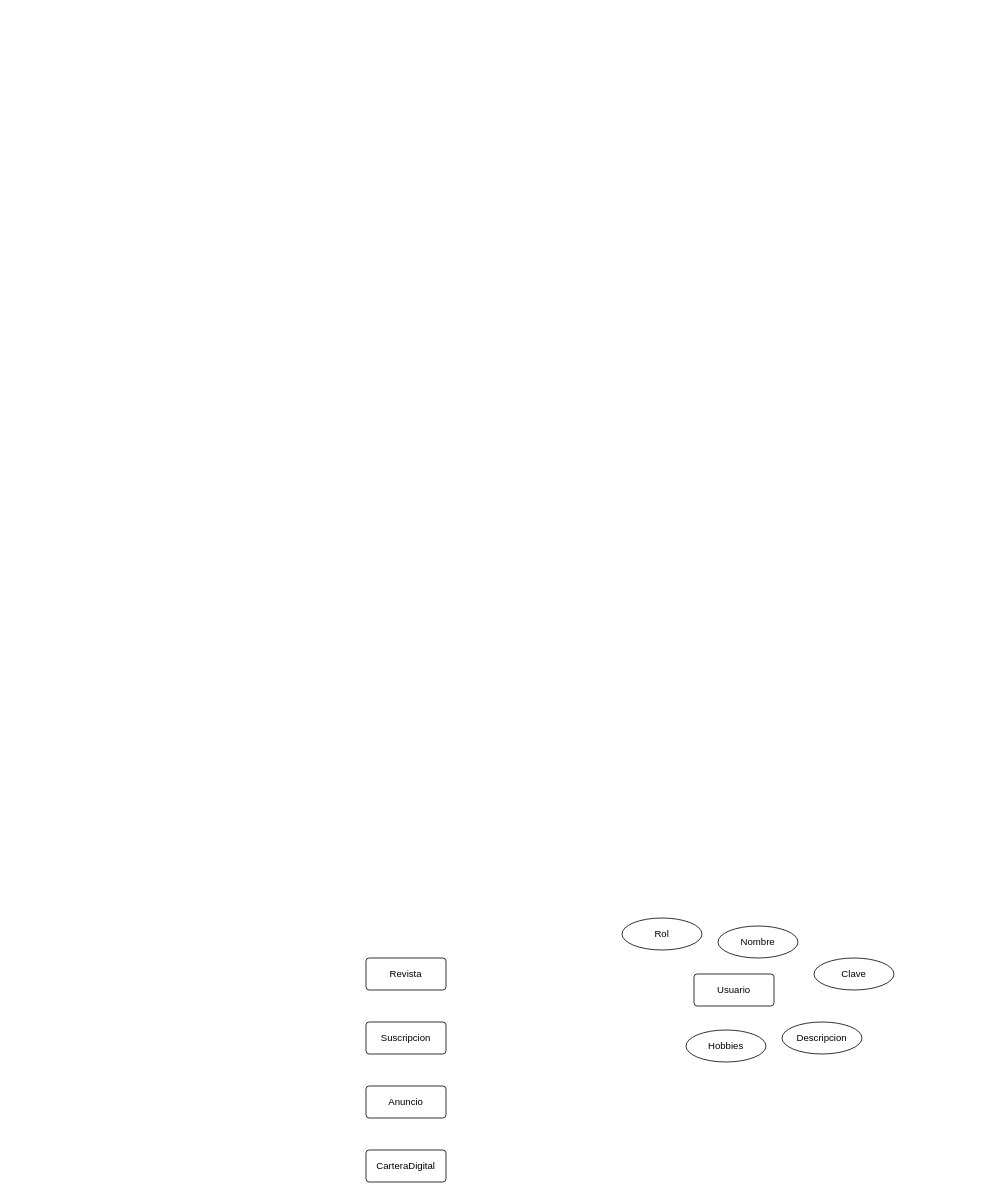
Above: Diagrama Entidad Relacion.drawio in MynorDaniel/revistas-digitales (draw.io), before the change. Source tidied: cells renumbered, new cells numbered last; positions are measured from the earlier drawing's top-left corner, leaving out a move shared by most shapes. Both pictures are drawn from the tidied source at 80%, with x=0, y=0 at pixel (366, 918).
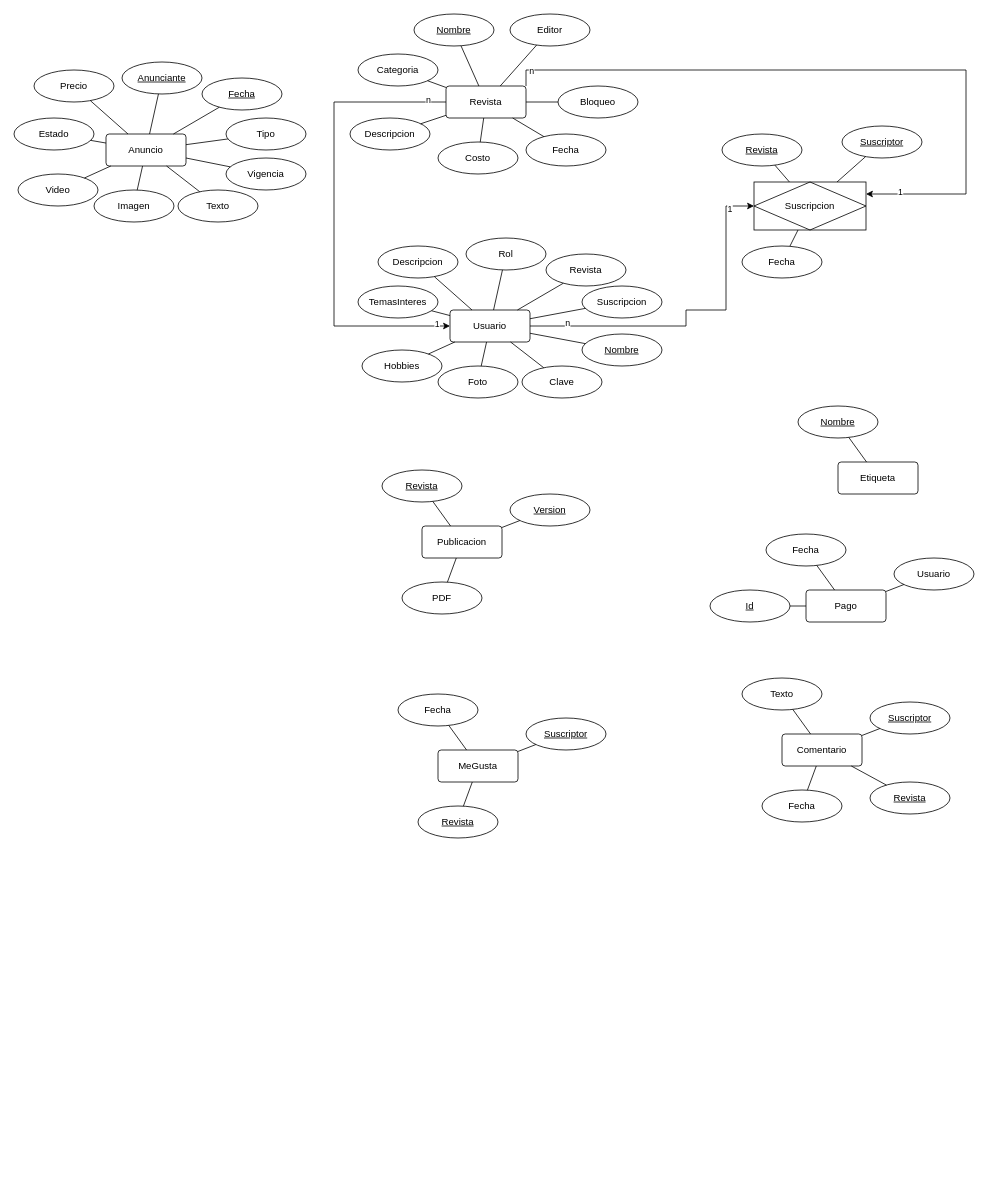
After the change.

Commit message (it also covers changes not shown here):
tabla usuario

Diff of the diagram source:
```diff
@@
+    <mxCell id="12" style="edgeStyle=orthogonalEdgeStyle;rounded=0;jettySize=auto;html=1;exitX=0;exitY=0.5;exitDx=0;exitDy=0;entryX=0;entryY=0.5;entryDx=0;entryDy=0;" parent="1" edge="1" source="4" target="2">
+      <mxGeometry relative="1" as="geometry">
+        <Array as="points">
+          <mxPoint x="-40" y="-1020" />
+          <mxPoint x="-40" y="-740" />
+        </Array>
+      </mxGeometry>
+    </mxCell>
+    <mxCell id="13" value="1" style="edgeLabel;html=1;align=center;verticalAlign=middle;" parent="12" vertex="1">
+      <mxGeometry x="0.94" y="3" relative="1" as="geometry" />
+    </mxCell>
+    <mxCell id="14" value="n" style="edgeLabel;html=1;align=center;verticalAlign=middle;" parent="12" vertex="1">
+      <mxGeometry x="-0.92" y="-3" relative="1" as="geometry" />
+    </mxCell>
+    <mxCell id="15" style="edgeStyle=orthogonalEdgeStyle;rounded=0;jettySize=auto;html=1;exitX=1;exitY=0;exitDx=0;exitDy=0;entryX=1;entryY=0.25;entryDx=0;entryDy=0;" parent="1" edge="1" source="4" target="107">
+      <mxGeometry relative="1" as="geometry">
+        <Array as="points">
+          <mxPoint x="200" y="-1060" />
+          <mxPoint x="750" y="-1060" />
+          <mxPoint x="750" y="-905" />
+        </Array>
+      </mxGeometry>
+    </mxCell>
+    <mxCell id="16" value="1" style="edgeLabel;html=1;align=center;verticalAlign=middle;" parent="15" vertex="1">
+      <mxGeometry x="0.9" y="-3" relative="1" as="geometry" />
+    </mxCell>
+    <mxCell id="17" value="n" style="edgeLabel;html=1;align=center;verticalAlign=middle;" parent="15" vertex="1">
+      <mxGeometry x="-0.94" relative="1" as="geometry" />
+    </mxCell>
+    <mxCell id="4" value="Revista" style="rounded=1;arcSize=10;whiteSpace=wrap;html=1;align=center;" parent="1" vertex="1">
+      <mxGeometry x="100" y="-1040" width="100" height="40" as="geometry" />
+    </mxCell>
+    <mxCell id="18" value="Categoria" style="ellipse;whiteSpace=wrap;html=1;align=center;" parent="1" vertex="1">
+      <mxGeometry x="-10" y="-1080" width="100" height="40" as="geometry" />
+    </mxCell>
+    <mxCell id="19" value="Descripcion" style="ellipse;whiteSpace=wrap;html=1;align=center;" parent="1" vertex="1">
+      <mxGeometry x="-20" y="-1000" width="100" height="40" as="geometry" />
+    </mxCell>
+    <mxCell id="20" value="Costo" style="ellipse;whiteSpace=wrap;html=1;align=center;" parent="1" vertex="1">
+      <mxGeometry x="90" y="-970" width="100" height="40" as="geometry" />
+    </mxCell>
+    <mxCell id="21" value="Fecha" style="ellipse;whiteSpace=wrap;html=1;align=center;" parent="1" vertex="1">
+      <mxGeometry x="200" y="-980" width="100" height="40" as="geometry" />
+    </mxCell>
+    <mxCell id="22" value="Bloqueo" style="ellipse;whiteSpace=wrap;html=1;align=center;" parent="1" vertex="1">
+      <mxGeometry x="240" y="-1040" width="100" height="40" as="geometry" />
+    </mxCell>
+    <mxCell id="23" value="Editor" style="ellipse;whiteSpace=wrap;html=1;align=center;" parent="1" vertex="1">
+      <mxGeometry x="180" y="-1130" width="100" height="40" as="geometry" />
+    </mxCell>
+    <mxCell id="24" value="&lt;u&gt;Nombre&lt;/u&gt;" style="ellipse;whiteSpace=wrap;html=1;align=center;" parent="1" vertex="1">
+      <mxGeometry x="60" y="-1130" width="100" height="40" as="geometry" />
+    </mxCell>
+    <mxCell id="25" style="endArrow=none;html=1;rounded=0;" parent="1" edge="1" source="23" target="4">
+      <mxGeometry relative="1" as="geometry" />
+    </mxCell>
+    <mxCell id="26" style="endArrow=none;html=1;rounded=0;" parent="1" edge="1" source="22" target="4">
+      <mxGeometry relative="1" as="geometry" />
+    </mxCell>
+    <mxCell id="27" style="endArrow=none;html=1;rounded=0;" parent="1" edge="1" source="21" target="4">
+      <mxGeometry relative="1" as="geometry" />
+    </mxCell>
+    <mxCell id="28" style="endArrow=none;html=1;rounded=0;" parent="1" edge="1" source="20" target="4">
+      <mxGeometry relative="1" as="geometry" />
+    </mxCell>
+    <mxCell id="29" style="endArrow=none;html=1;rounded=0;" parent="1" edge="1" source="4" target="19">
+      <mxGeometry relative="1" as="geometry" />
+    </mxCell>
+    <mxCell id="30" style="endArrow=none;html=1;rounded=0;" parent="1" edge="1" source="4" target="18">
+      <mxGeometry relative="1" as="geometry" />
+    </mxCell>
+    <mxCell id="31" style="endArrow=none;html=1;rounded=0;" parent="1" edge="1" source="24" target="4">
+      <mxGeometry relative="1" as="geometry" />
+    </mxCell>
+    <mxCell id="5" value="Anuncio" style="rounded=1;arcSize=10;whiteSpace=wrap;html=1;align=center;" parent="1" vertex="1">
+      <mxGeometry x="-325" y="-980" width="100" height="40" as="geometry" />
+    </mxCell>
+    <mxCell id="32" value="Estado" style="ellipse;whiteSpace=wrap;html=1;align=center;" parent="1" vertex="1">
+      <mxGeometry x="-440" y="-1000" width="100" height="40" as="geometry" />
+    </mxCell>
+    <mxCell id="33" value="Video" style="ellipse;whiteSpace=wrap;html=1;align=center;" parent="1" vertex="1">
+      <mxGeometry x="-435" y="-930" width="100" height="40" as="geometry" />
+    </mxCell>
+    <mxCell id="34" value="Imagen" style="ellipse;whiteSpace=wrap;html=1;align=center;" parent="1" vertex="1">
+      <mxGeometry x="-340" y="-910" width="100" height="40" as="geometry" />
+    </mxCell>
+    <mxCell id="35" value="Texto" style="ellipse;whiteSpace=wrap;html=1;align=center;" parent="1" vertex="1">
+      <mxGeometry x="-235" y="-910" width="100" height="40" as="geometry" />
+    </mxCell>
+    <mxCell id="36" value="Vigencia" style="ellipse;whiteSpace=wrap;html=1;align=center;" parent="1" vertex="1">
+      <mxGeometry x="-175" y="-950" width="100" height="40" as="geometry" />
+    </mxCell>
+    <mxCell id="37" value="Tipo" style="ellipse;whiteSpace=wrap;html=1;align=center;" parent="1" vertex="1">
+      <mxGeometry x="-175" y="-1000" width="100" height="40" as="geometry" />
+    </mxCell>
+    <mxCell id="38" value="Precio" style="ellipse;whiteSpace=wrap;html=1;align=center;" parent="1" vertex="1">
+      <mxGeometry x="-415" y="-1060" width="100" height="40" as="geometry" />
+    </mxCell>
+    <mxCell id="39" style="endArrow=none;html=1;rounded=0;" parent="1" edge="1" source="37" target="5">
+      <mxGeometry relative="1" as="geometry" />
+    </mxCell>
+    <mxCell id="40" style="endArrow=none;html=1;rounded=0;" parent="1" edge="1" source="36" target="5">
+      <mxGeometry relative="1" as="geometry" />
+    </mxCell>
+    <mxCell id="41" style="endArrow=none;html=1;rounded=0;" parent="1" edge="1" source="35" target="5">
+      <mxGeometry relative="1" as="geometry" />
+    </mxCell>
+    <mxCell id="42" style="endArrow=none;html=1;rounded=0;" parent="1" edge="1" source="34" target="5">
+      <mxGeometry relative="1" as="geometry" />
+    </mxCell>
+    <mxCell id="43" style="endArrow=none;html=1;rounded=0;" parent="1" edge="1" source="5" target="33">
+      <mxGeometry relative="1" as="geometry" />
+    </mxCell>
+    <mxCell id="44" style="endArrow=none;html=1;rounded=0;" parent="1" edge="1" source="5" target="32">
+      <mxGeometry relative="1" as="geometry" />
+    </mxCell>
+    <mxCell id="45" style="endArrow=none;html=1;rounded=0;" parent="1" edge="1" source="38" target="5">
+      <mxGeometry relative="1" as="geometry" />
+    </mxCell>
+    <mxCell id="46" value="&lt;u&gt;Anunciante&lt;/u&gt;" style="ellipse;whiteSpace=wrap;html=1;align=center;" parent="1" vertex="1">
+      <mxGeometry x="-305" y="-1070" width="100" height="40" as="geometry" />
+    </mxCell>
+    <mxCell id="47" value="&lt;u&gt;Fecha&lt;/u&gt;" style="ellipse;whiteSpace=wrap;html=1;align=center;" parent="1" vertex="1">
+      <mxGeometry x="-205" y="-1050" width="100" height="40" as="geometry" />
+    </mxCell>
+    <mxCell id="48" style="endArrow=none;html=1;rounded=0;" parent="1" edge="1" source="5" target="47">
+      <mxGeometry relative="1" as="geometry" />
+    </mxCell>
+    <mxCell id="49" style="endArrow=none;html=1;rounded=0;" parent="1" edge="1" source="5" target="46">
+      <mxGeometry relative="1" as="geometry" />
+    </mxCell>
+    <mxCell id="50" style="edgeStyle=orthogonalEdgeStyle;rounded=0;jettySize=auto;html=1;exitX=1;exitY=0.5;exitDx=0;exitDy=0;entryX=0;entryY=0.5;entryDx=0;entryDy=0;" parent="1" edge="1" source="2" target="107">
+      <mxGeometry relative="1" as="geometry">
+        <Array as="points">
+          <mxPoint x="400" y="-740" />
+          <mxPoint x="400" y="-760" />
+          <mxPoint x="450" y="-760" />
+          <mxPoint x="450" y="-890" />
+        </Array>
+      </mxGeometry>
+    </mxCell>
+    <mxCell id="51" value="n" style="edgeLabel;html=1;align=center;verticalAlign=middle;" parent="50" vertex="1">
+      <mxGeometry x="-0.78" y="4" relative="1" as="geometry">
+        <mxPoint x="-1" as="offset" />
+      </mxGeometry>
+    </mxCell>
+    <mxCell id="52" value="1" style="edgeLabel;html=1;align=center;verticalAlign=middle;" parent="50" vertex="1">
+      <mxGeometry x="0.86" y="-3" relative="1" as="geometry">
+        <mxPoint x="-1" as="offset" />
+      </mxGeometry>
+    </mxCell>
     <mxCell id="2" value="Usuario" style="rounded=1;arcSize=10;whiteSpace=wrap;html=1;align=center;" parent="1" vertex="1">
-      <mxGeometry x="410" y="70" width="100" height="40" as="geometry" />
+      <mxGeometry x="105" y="-760" width="100" height="40" as="geometry" />
     </mxCell>
-    <mxCell id="3" value="Suscripcion" style="rounded=1;arcSize=10;whiteSpace=wrap;html=1;align=center;" parent="1" vertex="1">
-      <mxGeometry y="130" width="100" height="40" as="geometry" />
-    </mxCell>
-    <mxCell id="4" value="Revista" style="rounded=1;arcSize=10;whiteSpace=wrap;html=1;align=center;" parent="1" vertex="1">
-      <mxGeometry y="50" width="100" height="40" as="geometry" />
-    </mxCell>
-    <mxCell id="5" value="Anuncio" style="rounded=1;arcSize=10;whiteSpace=wrap;html=1;align=center;" parent="1" vertex="1">
-      <mxGeometry y="210" width="100" height="40" as="geometry" />
-    </mxCell>
-    <mxCell id="6" value="CarteraDigital" style="rounded=1;arcSize=10;whiteSpace=wrap;html=1;align=center;" parent="1" vertex="1">
-      <mxGeometry y="290" width="100" height="40" as="geometry" />
-    </mxCell>
-    <mxCell id="7" value="Nombre" style="ellipse;whiteSpace=wrap;html=1;align=center;" parent="1" vertex="1">
-      <mxGeometry x="440" y="10" width="100" height="40" as="geometry" />
-    </mxCell>
+    <mxCell id="53" value="TemasInteres" style="ellipse;whiteSpace=wrap;html=1;align=center;" parent="1" vertex="1">
+      <mxGeometry x="-10" y="-790" width="100" height="40" as="geometry" />
+    </mxCell>
+    <mxCell id="10" value="Hobbies" style="ellipse;whiteSpace=wrap;html=1;align=center;" parent="1" vertex="1">
+      <mxGeometry x="-5" y="-710" width="100" height="40" as="geometry" />
+    </mxCell>
+    <mxCell id="54" value="Foto" style="ellipse;whiteSpace=wrap;html=1;align=center;" parent="1" vertex="1">
+      <mxGeometry x="90" y="-690" width="100" height="40" as="geometry" />
+    </mxCell>
     <mxCell id="8" value="Clave" style="ellipse;whiteSpace=wrap;html=1;align=center;" parent="1" vertex="1">
-      <mxGeometry x="560" y="50" width="100" height="40" as="geometry" />
+      <mxGeometry x="195" y="-690" width="100" height="40" as="geometry" />
     </mxCell>
+    <mxCell id="55" value="&lt;u&gt;Nombre&lt;/u&gt;" style="ellipse;whiteSpace=wrap;html=1;align=center;" parent="1" vertex="1">
+      <mxGeometry x="270" y="-730" width="100" height="40" as="geometry" />
+    </mxCell>
+    <mxCell id="56" value="Suscripcion" style="ellipse;whiteSpace=wrap;html=1;align=center;" parent="1" vertex="1">
+      <mxGeometry x="270" y="-790" width="100" height="40" as="geometry" />
+    </mxCell>
+    <mxCell id="57" value="Descripcion" style="ellipse;whiteSpace=wrap;html=1;align=center;" parent="1" vertex="1">
+      <mxGeometry x="15" y="-840" width="100" height="40" as="geometry" />
+    </mxCell>
+    <mxCell id="58" style="endArrow=none;html=1;rounded=0;" parent="1" edge="1" source="56" target="2">
+      <mxGeometry relative="1" as="geometry" />
+    </mxCell>
+    <mxCell id="59" style="endArrow=none;html=1;rounded=0;" parent="1" edge="1" source="55" target="2">
+      <mxGeometry relative="1" as="geometry" />
+    </mxCell>
+    <mxCell id="60" style="endArrow=none;html=1;rounded=0;" parent="1" edge="1" source="8" target="2">
+      <mxGeometry relative="1" as="geometry" />
+    </mxCell>
+    <mxCell id="61" style="endArrow=none;html=1;rounded=0;" parent="1" edge="1" source="54" target="2">
+      <mxGeometry relative="1" as="geometry" />
+    </mxCell>
+    <mxCell id="62" style="endArrow=none;html=1;rounded=0;" parent="1" edge="1" source="2" target="10">
+      <mxGeometry relative="1" as="geometry" />
+    </mxCell>
+    <mxCell id="63" style="endArrow=none;html=1;rounded=0;" parent="1" edge="1" source="2" target="53">
+      <mxGeometry relative="1" as="geometry" />
+    </mxCell>
+    <mxCell id="64" style="endArrow=none;html=1;rounded=0;" parent="1" edge="1" source="57" target="2">
+      <mxGeometry relative="1" as="geometry" />
+    </mxCell>
     <mxCell id="9" value="Rol" style="ellipse;whiteSpace=wrap;html=1;align=center;" parent="1" vertex="1">
-      <mxGeometry x="320" width="100" height="40" as="geometry" />
+      <mxGeometry x="125" y="-850" width="100" height="40" as="geometry" />
     </mxCell>
-    <mxCell id="10" value="Hobbies" style="ellipse;whiteSpace=wrap;html=1;align=center;" parent="1" vertex="1">
-      <mxGeometry x="400" y="140" width="100" height="40" as="geometry" />
-    </mxCell>
-    <mxCell id="11" value="Descripcion" style="ellipse;whiteSpace=wrap;html=1;align=center;" parent="1" vertex="1">
-      <mxGeometry x="520" y="130" width="100" height="40" as="geometry" />
-    </mxCell>
+    <mxCell id="65" value="Revista" style="ellipse;whiteSpace=wrap;html=1;align=center;" parent="1" vertex="1">
+      <mxGeometry x="225" y="-830" width="100" height="40" as="geometry" />
+    </mxCell>
+    <mxCell id="66" style="endArrow=none;html=1;rounded=0;" parent="1" edge="1" source="2" target="65">
+      <mxGeometry relative="1" as="geometry" />
+    </mxCell>
+    <mxCell id="67" style="endArrow=none;html=1;rounded=0;" parent="1" edge="1" source="2" target="9">
+      <mxGeometry relative="1" as="geometry" />
+    </mxCell>
+    <mxCell id="68" value="Fecha" style="ellipse;whiteSpace=wrap;html=1;align=center;" parent="1" vertex="1">
+      <mxGeometry x="470" y="-840" width="100" height="40" as="geometry" />
+    </mxCell>
+    <mxCell id="69" value="&lt;u&gt;Suscriptor&lt;/u&gt;" style="ellipse;whiteSpace=wrap;html=1;align=center;" parent="1" vertex="1">
+      <mxGeometry x="595" y="-990" width="100" height="40" as="geometry" />
+    </mxCell>
+    <mxCell id="70" value="&lt;u&gt;Revista&lt;/u&gt;" style="ellipse;whiteSpace=wrap;html=1;align=center;" parent="1" vertex="1">
+      <mxGeometry x="445" y="-980" width="100" height="40" as="geometry" />
+    </mxCell>
+    <mxCell id="71" style="endArrow=none;html=1;rounded=0;" parent="1" edge="1" source="69" target="107">
+      <mxGeometry relative="1" as="geometry" />
+    </mxCell>
+    <mxCell id="72" style="endArrow=none;html=1;rounded=0;" parent="1" edge="1" source="68" target="107">
+      <mxGeometry relative="1" as="geometry" />
+    </mxCell>
+    <mxCell id="73" style="endArrow=none;html=1;rounded=0;" parent="1" edge="1" source="70" target="107">
+      <mxGeometry relative="1" as="geometry" />
+    </mxCell>
+    <mxCell id="74" value="Publicacion" style="rounded=1;arcSize=10;whiteSpace=wrap;html=1;align=center;" parent="1" vertex="1">
+      <mxGeometry x="70" y="-490" width="100" height="40" as="geometry" />
+    </mxCell>
+    <mxCell id="75" value="PDF" style="ellipse;whiteSpace=wrap;html=1;align=center;" parent="1" vertex="1">
+      <mxGeometry x="45" y="-420" width="100" height="40" as="geometry" />
+    </mxCell>
+    <mxCell id="76" value="&lt;u&gt;Version&lt;/u&gt;" style="ellipse;whiteSpace=wrap;html=1;align=center;" parent="1" vertex="1">
+      <mxGeometry x="180" y="-530" width="100" height="40" as="geometry" />
+    </mxCell>
+    <mxCell id="77" value="&lt;u&gt;Revista&lt;/u&gt;" style="ellipse;whiteSpace=wrap;html=1;align=center;" parent="1" vertex="1">
+      <mxGeometry x="20" y="-560" width="100" height="40" as="geometry" />
+    </mxCell>
+    <mxCell id="78" style="endArrow=none;html=1;rounded=0;" parent="1" edge="1" source="76" target="74">
+      <mxGeometry relative="1" as="geometry" />
+    </mxCell>
+    <mxCell id="79" style="endArrow=none;html=1;rounded=0;" parent="1" edge="1" source="75" target="74">
+      <mxGeometry relative="1" as="geometry" />
+    </mxCell>
+    <mxCell id="80" style="endArrow=none;html=1;rounded=0;" parent="1" edge="1" source="77" target="74">
+      <mxGeometry relative="1" as="geometry" />
+    </mxCell>
+    <mxCell id="81" value="Etiqueta" style="rounded=1;arcSize=10;whiteSpace=wrap;html=1;align=center;" parent="1" vertex="1">
+      <mxGeometry x="590" y="-570" width="100" height="40" as="geometry" />
+    </mxCell>
+    <mxCell id="82" value="&lt;u&gt;Nombre&lt;/u&gt;" style="ellipse;whiteSpace=wrap;html=1;align=center;" parent="1" vertex="1">
+      <mxGeometry x="540" y="-640" width="100" height="40" as="geometry" />
+    </mxCell>
+    <mxCell id="83" style="endArrow=none;html=1;rounded=0;" parent="1" edge="1" source="82" target="81">
+      <mxGeometry relative="1" as="geometry" />
+    </mxCell>
+    <mxCell id="84" value="MeGusta" style="rounded=1;arcSize=10;whiteSpace=wrap;html=1;align=center;" parent="1" vertex="1">
+      <mxGeometry x="90" y="-210" width="100" height="40" as="geometry" />
+    </mxCell>
+    <mxCell id="85" value="&lt;u&gt;Revista&lt;/u&gt;" style="ellipse;whiteSpace=wrap;html=1;align=center;" parent="1" vertex="1">
+      <mxGeometry x="65" y="-140" width="100" height="40" as="geometry" />
+    </mxCell>
+    <mxCell id="86" value="&lt;u&gt;Suscriptor&lt;/u&gt;" style="ellipse;whiteSpace=wrap;html=1;align=center;" parent="1" vertex="1">
+      <mxGeometry x="200" y="-250" width="100" height="40" as="geometry" />
+    </mxCell>
+    <mxCell id="87" value="Fecha" style="ellipse;whiteSpace=wrap;html=1;align=center;" parent="1" vertex="1">
+      <mxGeometry x="40" y="-280" width="100" height="40" as="geometry" />
+    </mxCell>
+    <mxCell id="88" style="endArrow=none;html=1;rounded=0;" parent="1" edge="1" source="86" target="84">
+      <mxGeometry relative="1" as="geometry" />
+    </mxCell>
+    <mxCell id="89" style="endArrow=none;html=1;rounded=0;" parent="1" edge="1" source="85" target="84">
+      <mxGeometry relative="1" as="geometry" />
+    </mxCell>
+    <mxCell id="90" style="endArrow=none;html=1;rounded=0;" parent="1" edge="1" source="87" target="84">
+      <mxGeometry relative="1" as="geometry" />
+    </mxCell>
+    <mxCell id="91" value="Comentario" style="rounded=1;arcSize=10;whiteSpace=wrap;html=1;align=center;" parent="1" vertex="1">
+      <mxGeometry x="520" y="-230" width="100" height="40" as="geometry" />
+    </mxCell>
+    <mxCell id="92" value="Fecha" style="ellipse;whiteSpace=wrap;html=1;align=center;" parent="1" vertex="1">
+      <mxGeometry x="495" y="-160" width="100" height="40" as="geometry" />
+    </mxCell>
+    <mxCell id="93" value="&lt;u&gt;Suscriptor&lt;/u&gt;" style="ellipse;whiteSpace=wrap;html=1;align=center;" parent="1" vertex="1">
+      <mxGeometry x="630" y="-270" width="100" height="40" as="geometry" />
+    </mxCell>
+    <mxCell id="94" value="Texto" style="ellipse;whiteSpace=wrap;html=1;align=center;" parent="1" vertex="1">
+      <mxGeometry x="470" y="-300" width="100" height="40" as="geometry" />
+    </mxCell>
+    <mxCell id="95" style="endArrow=none;html=1;rounded=0;" parent="1" edge="1" source="93" target="91">
+      <mxGeometry relative="1" as="geometry" />
+    </mxCell>
+    <mxCell id="96" style="endArrow=none;html=1;rounded=0;" parent="1" edge="1" source="92" target="91">
+      <mxGeometry relative="1" as="geometry" />
+    </mxCell>
+    <mxCell id="97" style="endArrow=none;html=1;rounded=0;" parent="1" edge="1" source="94" target="91">
+      <mxGeometry relative="1" as="geometry" />
+    </mxCell>
+    <mxCell id="98" value="&lt;u&gt;Revista&lt;/u&gt;" style="ellipse;whiteSpace=wrap;html=1;align=center;" parent="1" vertex="1">
+      <mxGeometry x="630" y="-170" width="100" height="40" as="geometry" />
+    </mxCell>
+    <mxCell id="99" style="endArrow=none;html=1;rounded=0;" parent="1" edge="1" source="98" target="91">
+      <mxGeometry relative="1" as="geometry" />
+    </mxCell>
+    <mxCell id="100" value="Pago" style="rounded=1;arcSize=10;whiteSpace=wrap;html=1;align=center;" parent="1" vertex="1">
+      <mxGeometry x="550" y="-410" width="100" height="40" as="geometry" />
+    </mxCell>
+    <mxCell id="101" value="Usuario" style="ellipse;whiteSpace=wrap;html=1;align=center;" parent="1" vertex="1">
+      <mxGeometry x="660" y="-450" width="100" height="40" as="geometry" />
+    </mxCell>
+    <mxCell id="102" value="Fecha" style="ellipse;whiteSpace=wrap;html=1;align=center;" parent="1" vertex="1">
+      <mxGeometry x="500" y="-480" width="100" height="40" as="geometry" />
+    </mxCell>
+    <mxCell id="103" style="endArrow=none;html=1;rounded=0;" parent="1" edge="1" source="101" target="100">
+      <mxGeometry relative="1" as="geometry" />
+    </mxCell>
+    <mxCell id="104" style="endArrow=none;html=1;rounded=0;" parent="1" edge="1" source="102" target="100">
+      <mxGeometry relative="1" as="geometry" />
+    </mxCell>
+    <mxCell id="105" value="&lt;u&gt;Id&lt;/u&gt;" style="ellipse;whiteSpace=wrap;html=1;align=center;" parent="1" vertex="1">
+      <mxGeometry x="430" y="-410" width="100" height="40" as="geometry" />
+    </mxCell>
+    <mxCell id="106" style="endArrow=none;html=1;rounded=0;" parent="1" edge="1" source="105" target="100">
+      <mxGeometry relative="1" as="geometry" />
+    </mxCell>
+    <mxCell id="107" value="Suscripcion" style="shape=associativeEntity;whiteSpace=wrap;html=1;align=center;" parent="1" vertex="1">
+      <mxGeometry x="485" y="-920" width="140" height="60" as="geometry" />
+    </mxCell>
```
